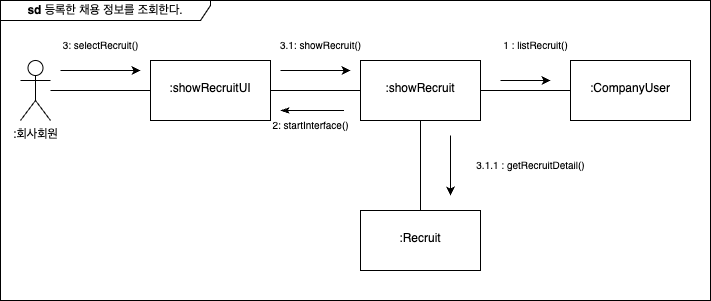
THLcode/SoftwareEngineering keeps this draw.io diagram as Homework2/CommunicationDiagram/채용 조회.png. Above is the earlier version. Source tidied: cells renumbered, new cells last; positions are measured from the earlier drawing's top-left corner, leaving out a move shared by most shapes. Source of this version:
```xml
<mxGraphModel background="#ffffff">
  <root>
    <mxCell id="0" />
    <mxCell id="1" parent="0" />
    <mxCell id="2" style="edgeStyle=orthogonalEdgeStyle;rounded=0;jettySize=auto;html=1;endArrow=none;endFill=0;" parent="1" edge="1" source="3" target="5">
      <mxGeometry relative="1" as="geometry" />
    </mxCell>
    <mxCell id="3" value=":회사회원" style="shape=umlActor;verticalLabelPosition=bottom;verticalAlign=top;html=1;outlineConnect=0;" parent="1" vertex="1">
      <mxGeometry x="20" y="60" width="30" height="60" as="geometry" />
    </mxCell>
    <mxCell id="4" style="edgeStyle=orthogonalEdgeStyle;rounded=0;jettySize=auto;html=1;endArrow=none;endFill=0;" parent="1" edge="1" source="5" target="8">
      <mxGeometry relative="1" as="geometry" />
    </mxCell>
    <mxCell id="5" value="&lt;br&gt;:showRecruitUI" style="whiteSpace=wrap;html=1;verticalAlign=top;" parent="1" vertex="1">
      <mxGeometry x="150" y="60" width="120" height="60" as="geometry" />
    </mxCell>
    <mxCell id="6" style="edgeStyle=orthogonalEdgeStyle;rounded=0;jettySize=auto;html=1;endArrow=none;endFill=0;" parent="1" edge="1" source="8" target="11">
      <mxGeometry relative="1" as="geometry" />
    </mxCell>
    <mxCell id="7" style="edgeStyle=orthogonalEdgeStyle;rounded=0;jettySize=auto;html=1;entryX=0;entryY=0.5;entryDx=0;entryDy=0;endArrow=none;endFill=0;" parent="1" edge="1" source="8" target="19">
      <mxGeometry relative="1" as="geometry" />
    </mxCell>
    <mxCell id="8" value="&lt;br style=&quot;border-color: var(--border-color);&quot;&gt;:showRecruit" style="whiteSpace=wrap;html=1;verticalAlign=top;" parent="1" vertex="1">
      <mxGeometry x="360" y="60" width="120" height="60" as="geometry" />
    </mxCell>
    <mxCell id="9" style="endArrow=none;html=1;rounded=0;endFill=0;startArrow=classicThin;startFill=1;" parent="1" edge="1">
      <mxGeometry relative="1" as="geometry">
        <mxPoint x="280" y="110" as="sourcePoint" />
        <mxPoint x="343.5" y="110" as="targetPoint" />
      </mxGeometry>
    </mxCell>
    <mxCell id="10" value="&lt;font style=&quot;font-size: 10px;&quot;&gt;2: startInterface()&lt;/font&gt;" style="text;html=1;align=center;verticalAlign=middle;strokeColor=none;fillColor=none;" parent="1" vertex="1">
      <mxGeometry x="260" y="110" width="100" height="30" as="geometry" />
    </mxCell>
    <mxCell id="11" value="&lt;br&gt;:Recruit" style="whiteSpace=wrap;html=1;verticalAlign=top;" parent="1" vertex="1">
      <mxGeometry x="360" y="210" width="120" height="60" as="geometry" />
    </mxCell>
    <mxCell id="12" value="&lt;font style=&quot;font-size: 10px;&quot;&gt;3: selectRecruit()&lt;br&gt;&lt;/font&gt;" style="text;html=1;align=center;verticalAlign=middle;strokeColor=none;fillColor=none;" parent="1" vertex="1">
      <mxGeometry x="50" y="30" width="100" height="30" as="geometry" />
    </mxCell>
    <mxCell id="13" style="endArrow=classic;html=1;rounded=0;" parent="1" edge="1">
      <mxGeometry relative="1" as="geometry">
        <mxPoint x="60" y="70" as="sourcePoint" />
        <mxPoint x="140" y="70" as="targetPoint" />
      </mxGeometry>
    </mxCell>
    <mxCell id="14" value="&lt;font style=&quot;font-size: 10px;&quot;&gt;3.1: showRecruit()&lt;/font&gt;" style="text;html=1;align=center;verticalAlign=middle;strokeColor=none;fillColor=none;" parent="1" vertex="1">
      <mxGeometry x="270" y="30" width="100" height="30" as="geometry" />
    </mxCell>
    <mxCell id="15" style="endArrow=classic;html=1;rounded=0;" parent="1" edge="1">
      <mxGeometry relative="1" as="geometry">
        <mxPoint x="280" y="70" as="sourcePoint" />
        <mxPoint x="350" y="70" as="targetPoint" />
      </mxGeometry>
    </mxCell>
    <mxCell id="16" value="&lt;font style=&quot;font-size: 10px;&quot;&gt;3.1.1 : getRecruitDetail()&lt;/font&gt;" style="text;html=1;align=center;verticalAlign=middle;strokeColor=none;fillColor=none;" parent="1" vertex="1">
      <mxGeometry x="465" y="150" width="130" height="30" as="geometry" />
    </mxCell>
    <mxCell id="17" style="endArrow=classic;html=1;rounded=0;" parent="1" edge="1">
      <mxGeometry relative="1" as="geometry">
        <mxPoint x="450" y="135" as="sourcePoint" />
        <mxPoint x="450" y="195" as="targetPoint" />
      </mxGeometry>
    </mxCell>
    <mxCell id="18" value="&lt;b&gt;sd &lt;/b&gt;등록한 채용 정보를 조회한다." style="shape=umlFrame;whiteSpace=wrap;html=1;width=210;height=20;" parent="1" vertex="1">
      <mxGeometry width="710" height="300" as="geometry" />
    </mxCell>
    <mxCell id="19" value="&lt;br&gt;:CompanyUser" style="whiteSpace=wrap;html=1;verticalAlign=top;" parent="1" vertex="1">
      <mxGeometry x="570" y="60" width="120" height="60" as="geometry" />
    </mxCell>
    <mxCell id="20" value="&lt;font style=&quot;font-size: 10px;&quot;&gt;1 : listRecruit()&lt;/font&gt;" style="text;html=1;align=center;verticalAlign=middle;strokeColor=none;fillColor=none;" parent="1" vertex="1">
      <mxGeometry x="490" y="30" width="90" height="30" as="geometry" />
    </mxCell>
    <mxCell id="21" style="endArrow=classic;html=1;rounded=0;" parent="1" edge="1">
      <mxGeometry relative="1" as="geometry">
        <mxPoint x="500" y="80" as="sourcePoint" />
        <mxPoint x="550" y="80" as="targetPoint" />
      </mxGeometry>
    </mxCell>
  </root>
</mxGraphModel>
```
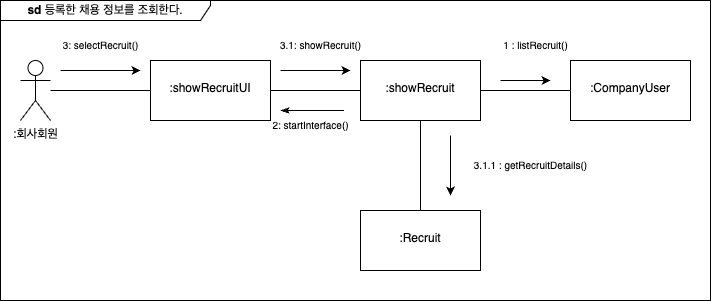
Later version of the same file.

What changed in the source:
```diff
@@ -53,8 +53,8 @@
         <mxPoint x="350" y="70" as="targetPoint" />
       </mxGeometry>
     </mxCell>
-    <mxCell id="16" value="&lt;font style=&quot;font-size: 10px;&quot;&gt;3.1.1 : getRecruitDetail()&lt;/font&gt;" style="text;html=1;align=center;verticalAlign=middle;strokeColor=none;fillColor=none;" parent="1" vertex="1">
-      <mxGeometry x="465" y="150" width="130" height="30" as="geometry" />
+    <mxCell id="16" value="&lt;font style=&quot;font-size: 10px;&quot;&gt;3.1.1 : getRecruitDetails()&lt;/font&gt;" style="text;html=1;align=center;verticalAlign=middle;strokeColor=none;fillColor=none;" parent="1" vertex="1">
+      <mxGeometry x="460" y="150" width="140" height="30" as="geometry" />
     </mxCell>
     <mxCell id="17" style="endArrow=classic;html=1;rounded=0;" parent="1" edge="1">
       <mxGeometry relative="1" as="geometry">
```
